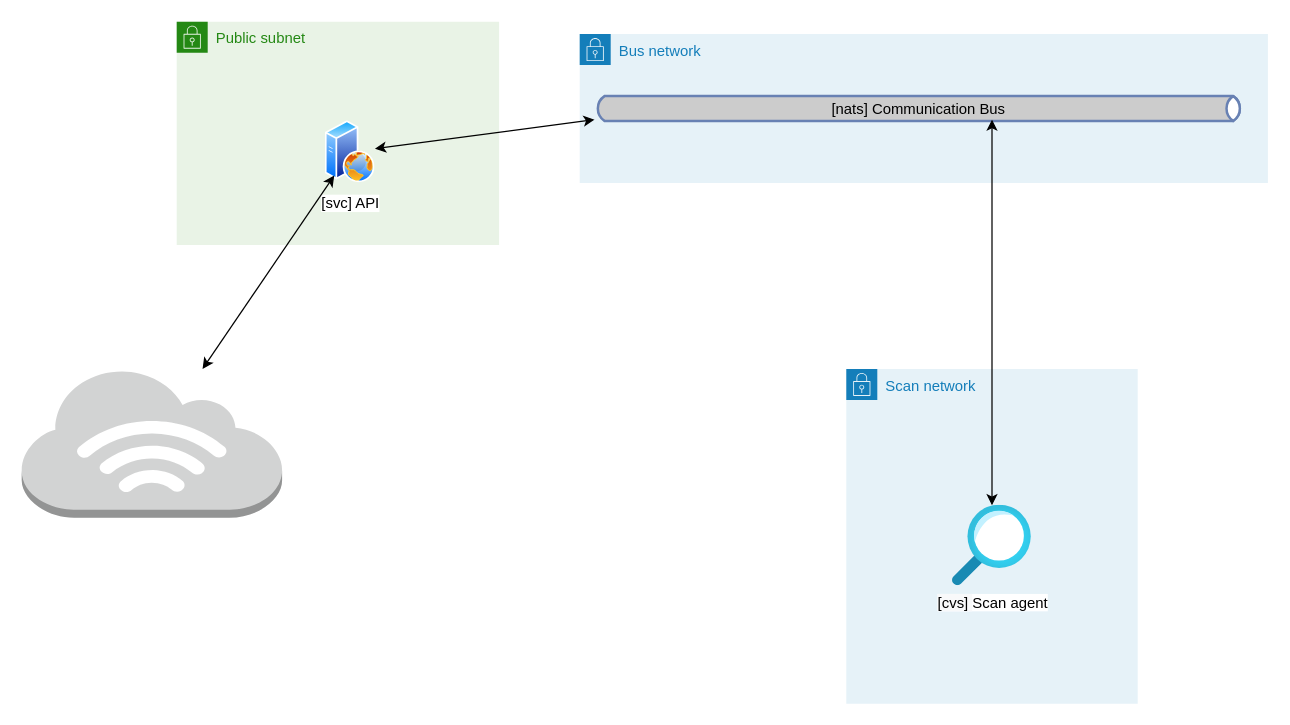
The draw.io diagram page "Архитектура" (1 of 3) of assets/update.drawio in ovsinc/update-cluster, before the edit. Source tidied: cells renumbered, new cells numbered last; positions are measured from the earlier drawing's top-left corner, leaving out a move shared by most shapes. Both pictures are drawn from the tidied source at 124%, with x=0, y=0 at pixel (21, 21).
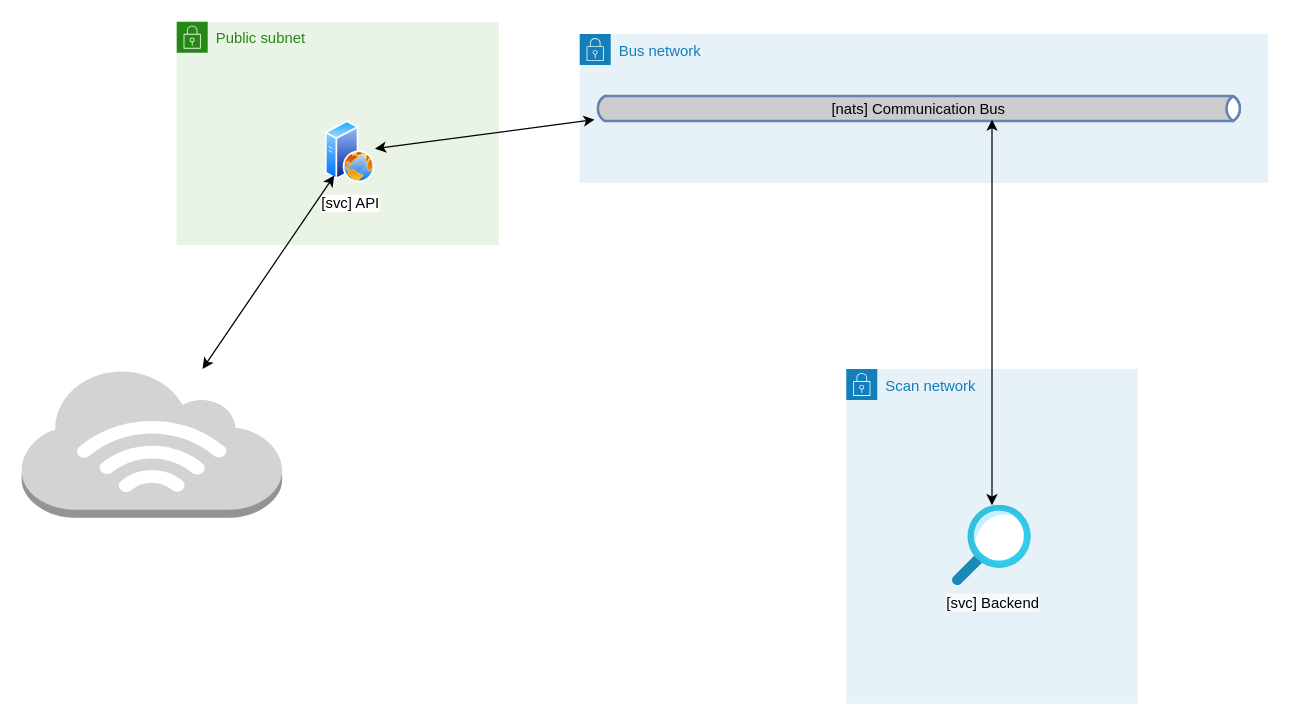
After the change.

The edit, as a diff of the source:
```diff
@@
 <mxGraphModel>
   <root>
     <mxCell id="0" />
     <mxCell id="1" parent="0" />
     <mxCell id="2" value="Bus network" style="gradientColor=none;html=1;whiteSpace=wrap;fontSize=12;fontStyle=0;shape=mxgraph.aws4.group;grIcon=mxgraph.aws4.group_security_group;grStroke=0;strokeColor=#147EBA;fillColor=#E6F2F8;verticalAlign=top;align=left;spacingLeft=30;fontColor=#147EBA;dashed=0;" parent="1" vertex="1">
       <mxGeometry x="450" y="10" width="555" height="120" as="geometry" />
     </mxCell>
     <mxCell id="3" value="[nats] Communication Bus" style="outlineConnect=0;fillColor=#CCCCCC;strokeColor=#6881B3;gradientColor=none;gradientDirection=north;strokeWidth=2;shape=mxgraph.networks.bus;gradientColor=none;gradientDirection=north;perimeter=backbonePerimeter;backboneSize=20;rotation=0;labelBackgroundColor=none;labelBorderColor=none;" parent="1" vertex="1">
       <mxGeometry x="462" y="60" width="523" height="20" as="geometry" />
     </mxCell>
     <mxCell id="4" value="Scan network" style="gradientColor=none;html=1;whiteSpace=wrap;fontSize=12;fontStyle=0;shape=mxgraph.aws4.group;grIcon=mxgraph.aws4.group_security_group;grStroke=0;strokeColor=#147EBA;fillColor=#E6F2F8;verticalAlign=top;align=left;spacingLeft=30;fontColor=#147EBA;dashed=0;" parent="1" vertex="1">
       <mxGeometry x="665" y="280" width="235" height="270" as="geometry" />
     </mxCell>
     <mxCell id="5" style="rounded=0;jettySize=auto;html=1;startArrow=classic;startFill=1;" parent="1" edge="1" source="6" target="3">
       <mxGeometry relative="1" as="geometry" />
     </mxCell>
-    <mxCell id="6" value="&lt;span style=&quot;background-color: rgb(248 , 249 , 250)&quot;&gt;[cvs]&amp;nbsp;&lt;/span&gt;Scan agent" style="html=1;points=[];align=center;image;fontSize=12;image=img/lib/azure2/general/Search.svg;fontColor=#000000;fillColor=none;" parent="1" vertex="1">
+    <mxCell id="6" value="&lt;span style=&quot;background-color: rgb(248 , 249 , 250)&quot;&gt;[svc] Backend&lt;/span&gt;" style="html=1;points=[];align=center;image;fontSize=12;image=img/lib/azure2/general/Search.svg;fontColor=#000000;fillColor=none;" parent="1" vertex="1">
       <mxGeometry x="750.5" y="390" width="64" height="65" as="geometry" />
     </mxCell>
     <mxCell id="7" style="group;" parent="1" vertex="1">
       <mxGeometry x="125" width="260" height="180" as="geometry" />
     </mxCell>
     <mxCell id="8" value="Public subnet" style="gradientColor=none;html=1;whiteSpace=wrap;fontSize=12;fontStyle=0;shape=mxgraph.aws4.group;grIcon=mxgraph.aws4.group_security_group;grStroke=0;strokeColor=#248814;fillColor=#E9F3E6;verticalAlign=top;align=left;spacingLeft=30;fontColor=#248814;dashed=0;" parent="7" vertex="1">
       <mxGeometry width="260" height="180" as="geometry" />
     </mxCell>
     <mxCell id="9" value="[svc] API" style="perimeter=ellipsePerimeter;html=1;align=center;shadow=0;dashed=0;spacingTop=3;image;image=img/lib/active_directory/web_server.svg;fontFamily=Helvetica;fontSize=12;fontColor=#000000;strokeColor=#000000;fillColor=#ffffff;" parent="7" vertex="1">
       <mxGeometry x="120" y="80" width="40" height="50" as="geometry" />
     </mxCell>
     <mxCell id="10" style="edgeStyle=none;rounded=0;jettySize=auto;html=1;fontColor=#000000;startArrow=classic;startFill=1;" parent="1" edge="1" source="11" target="9">
       <mxGeometry relative="1" as="geometry" />
     </mxCell>
     <mxCell id="11" style="outlineConnect=0;dashed=0;verticalLabelPosition=bottom;verticalAlign=top;align=center;html=1;shape=mxgraph.aws3.internet_3;fillColor=#D2D3D3;gradientColor=none;" parent="1" vertex="1">
       <mxGeometry y="280" width="210" height="120" as="geometry" />
     </mxCell>
     <mxCell id="12" style="edgeStyle=none;rounded=0;jettySize=auto;html=1;fontColor=#000000;startArrow=classic;startFill=1;" parent="1" edge="1" source="9" target="3">
       <mxGeometry relative="1" as="geometry" />
     </mxCell>
   </root>
 </mxGraphModel>
```
